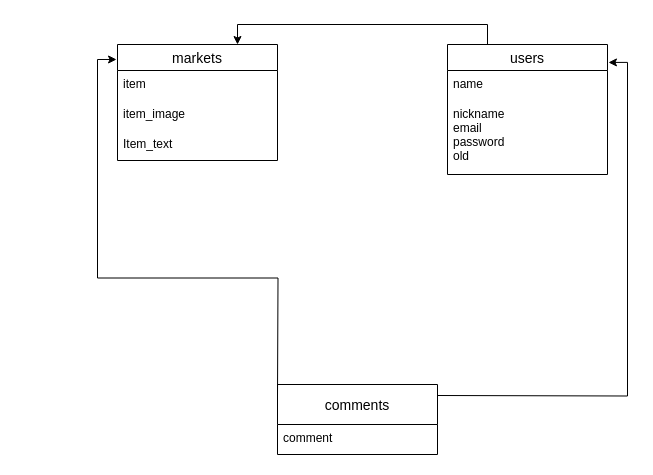
This is test.dio from iamrubyist/furima-34399, a draw.io file, before an edit. Source tidied: cells renumbered, new cells numbered last; positions are measured from the earlier drawing's top-left corner, leaving out a move shared by most shapes. Both pictures are drawn from the tidied source at 100%, with x=0, y=0 at pixel (117, 44).
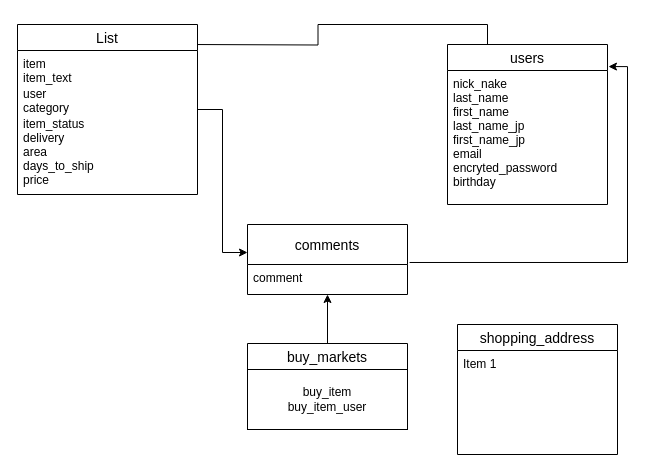
Above is the later version.

Commit message (it also covers changes not shown here):
カラムの追加

Diff of the diagram source:
```diff
@@
 <mxGraphModel>
   <root>
     <mxCell id="0" />
     <mxCell id="1" parent="0" />
-    <mxCell id="2" style="edgeStyle=orthogonalEdgeStyle;rounded=0;jettySize=auto;html=1;exitX=0.25;exitY=0;exitDx=0;exitDy=0;entryX=0.75;entryY=0;entryDx=0;entryDy=0;" parent="1" edge="1" source="3" target="6">
-      <mxGeometry relative="1" as="geometry" />
+    <mxCell id="2" style="edgeStyle=orthogonalEdgeStyle;rounded=0;jettySize=auto;html=1;exitX=0.25;exitY=0;exitDx=0;exitDy=0;entryX=0.75;entryY=0;entryDx=0;entryDy=0;" parent="1" edge="1" source="3">
+      <mxGeometry relative="1" as="geometry">
+        <mxPoint x="70" as="targetPoint" />
+      </mxGeometry>
     </mxCell>
     <mxCell id="3" value="users" style="swimlane;fontStyle=0;horizontal=1;startSize=26;align=center;fontSize=14;" parent="1" vertex="1">
-      <mxGeometry x="330" width="160" height="130" as="geometry" />
+      <mxGeometry x="330" width="160" height="160" as="geometry" />
     </mxCell>
-    <mxCell id="4" value="name" style="text;strokeColor=none;fillColor=none;spacingLeft=4;spacingRight=4;overflow=hidden;fontSize=12;" parent="3" vertex="1">
-      <mxGeometry y="26" width="160" height="30" as="geometry" />
-    </mxCell>
-    <mxCell id="5" value="nickname&#10;email&#10;password&#10;old&#10;" style="text;strokeColor=none;fillColor=none;spacingLeft=4;spacingRight=4;overflow=hidden;fontSize=12;" parent="3" vertex="1">
-      <mxGeometry y="56" width="160" height="74" as="geometry" />
+    <mxCell id="5" value="nick_nake&#10;last_name&#10;first_name&#10;last_name_jp&#10;first_name_jp&#10;email&#10;encryted_password&#10;birthday" style="text;strokeColor=none;fillColor=none;spacingLeft=4;spacingRight=4;overflow=hidden;fontSize=12;" parent="3" vertex="1">
+      <mxGeometry y="26" width="160" height="134" as="geometry" />
     </mxCell>
-    <mxCell id="6" value="markets" style="swimlane;fontStyle=0;horizontal=1;startSize=26;align=center;fontSize=14;" parent="1" vertex="1">
-      <mxGeometry width="160" height="116" as="geometry" />
-    </mxCell>
-    <mxCell id="7" value="item" style="text;strokeColor=none;fillColor=none;spacingLeft=4;spacingRight=4;overflow=hidden;fontSize=12;" parent="6" vertex="1">
-      <mxGeometry y="26" width="160" height="30" as="geometry" />
-    </mxCell>
-    <mxCell id="8" value="item_image" style="text;strokeColor=none;fillColor=none;spacingLeft=4;spacingRight=4;overflow=hidden;fontSize=12;" parent="6" vertex="1">
-      <mxGeometry y="56" width="160" height="30" as="geometry" />
-    </mxCell>
-    <mxCell id="9" value="Item_text" style="text;strokeColor=none;fillColor=none;spacingLeft=4;spacingRight=4;overflow=hidden;fontSize=12;" parent="6" vertex="1">
-      <mxGeometry y="86" width="160" height="30" as="geometry" />
-    </mxCell>
     <mxCell id="10" value="comments" style="swimlane;fontStyle=0;horizontal=1;startSize=40;align=center;fontSize=14;" parent="1" vertex="1">
-      <mxGeometry x="160" y="340" width="160" height="70" as="geometry" />
+      <mxGeometry x="130" y="180" width="160" height="70" as="geometry" />
     </mxCell>
     <mxCell id="11" value="comment" style="text;strokeColor=none;fillColor=none;spacingLeft=4;spacingRight=4;overflow=hidden;points=[[0,0.5],[1,0.5]];portConstraint=eastwest;fontSize=12;" parent="10" vertex="1">
       <mxGeometry y="40" width="160" height="30" as="geometry" />
     </mxCell>
-    <mxCell id="12" style="edgeStyle=orthogonalEdgeStyle;rounded=0;jettySize=auto;html=1;exitX=0;exitY=0.5;exitDx=0;exitDy=0;entryX=-0.006;entryY=0.129;entryDx=0;entryDy=0;entryPerimeter=0;" parent="1" edge="1" target="6">
-      <mxGeometry relative="1" as="geometry">
-        <mxPoint x="160" y="351" as="sourcePoint" />
-      </mxGeometry>
-    </mxCell>
-    <mxCell id="13" style="edgeStyle=orthogonalEdgeStyle;rounded=0;jettySize=auto;html=1;exitX=1;exitY=0.5;exitDx=0;exitDy=0;entryX=1.006;entryY=0.138;entryDx=0;entryDy=0;entryPerimeter=0;" parent="1" edge="1" target="3">
-      <mxGeometry relative="1" as="geometry">
-        <mxPoint x="320" y="351" as="sourcePoint" />
-      </mxGeometry>
+    <mxCell id="13" style="edgeStyle=orthogonalEdgeStyle;rounded=0;jettySize=auto;html=1;exitX=1.013;exitY=-0.067;exitDx=0;exitDy=0;entryX=1.006;entryY=0.138;entryDx=0;entryDy=0;entryPerimeter=0;exitPerimeter=0;" parent="1" edge="1" source="11" target="3">
+      <mxGeometry relative="1" as="geometry" />
     </mxCell>
+    <mxCell id="14" style="edgeStyle=orthogonalEdgeStyle;rounded=0;jettySize=auto;html=1;exitX=0.5;exitY=0;exitDx=0;exitDy=0;entryX=0.5;entryY=1;entryDx=0;entryDy=0;entryPerimeter=0;" parent="1" edge="1" source="15" target="11">
+      <mxGeometry relative="1" as="geometry" />
+    </mxCell>
+    <mxCell id="15" value="buy_markets" style="swimlane;fontStyle=0;horizontal=1;startSize=26;align=center;fontSize=14;" parent="1" vertex="1">
+      <mxGeometry x="130" y="299" width="160" height="86" as="geometry" />
+    </mxCell>
+    <mxCell id="16" value="buy_item&lt;br&gt;buy_item_user" style="whiteSpace=wrap;html=1;" parent="15" vertex="1">
+      <mxGeometry y="26" width="160" height="60" as="geometry" />
+    </mxCell>
+    <mxCell id="17" style="edgeStyle=orthogonalEdgeStyle;rounded=0;jettySize=auto;html=1;entryX=0;entryY=0.4;entryDx=0;entryDy=0;entryPerimeter=0;" parent="1" edge="1" source="18" target="10">
+      <mxGeometry relative="1" as="geometry" />
+    </mxCell>
+    <mxCell id="18" value="List" style="swimlane;fontStyle=0;horizontal=1;startSize=26;align=center;fontSize=14;" parent="1" vertex="1">
+      <mxGeometry x="-100" y="-20" width="180" height="170" as="geometry" />
+    </mxCell>
+    <mxCell id="19" value="item&#10;item_text&#10;" style="text;strokeColor=none;fillColor=none;spacingLeft=4;spacingRight=4;overflow=hidden;fontSize=12;" parent="18" vertex="1">
+      <mxGeometry y="26" width="180" height="30" as="geometry" />
+    </mxCell>
+    <mxCell id="20" value="user&#10;category" style="text;strokeColor=none;fillColor=none;spacingLeft=4;spacingRight=4;overflow=hidden;fontSize=12;" parent="18" vertex="1">
+      <mxGeometry y="56" width="180" height="30" as="geometry" />
+    </mxCell>
+    <mxCell id="21" value="item_status&#10;delivery&#10;area&#10;days_to_ship&#10;price" style="text;strokeColor=none;fillColor=none;spacingLeft=4;spacingRight=4;overflow=hidden;fontSize=12;" parent="18" vertex="1">
+      <mxGeometry y="86" width="180" height="84" as="geometry" />
+    </mxCell>
+    <mxCell id="22" value="shopping_address" style="swimlane;fontStyle=0;horizontal=1;startSize=26;align=center;fontSize=14;" parent="1" vertex="1">
+      <mxGeometry x="340" y="280" width="160" height="130" as="geometry" />
+    </mxCell>
+    <mxCell id="23" value="Item 1" style="text;strokeColor=none;fillColor=none;spacingLeft=4;spacingRight=4;overflow=hidden;fontSize=12;" parent="22" vertex="1">
+      <mxGeometry y="26" width="160" height="104" as="geometry" />
+    </mxCell>
   </root>
 </mxGraphModel>
```
